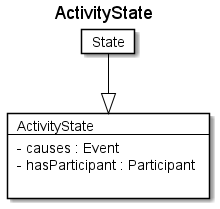
The PlantUML diagram fragments/diagrams/ActivityState.png in rtigran/rdf2adoc, before a commit.
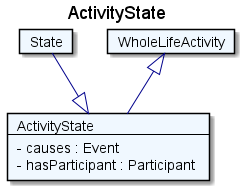
After the commit.

What changed in the source:
```diff
@@ -1,15 +1,18 @@
 @startuml
 Title ActivityState
 
-Card ActivityState #fff [
+Card ActivityState #F0F8FF [
 ActivityState
 ----
 - causes : Event
 - hasParticipant : Participant
-
 ]
-Card State #fff [
+Card State #F0F8FF [
 State
 ]
-State --|> ActivityState  #000
+State --|> ActivityState  #00008B
+Card WholeLifeActivity #F0F8FF [
+WholeLifeActivity
+]
+WholeLifeActivity <|-- ActivityState  #00008B
 @enduml
```
